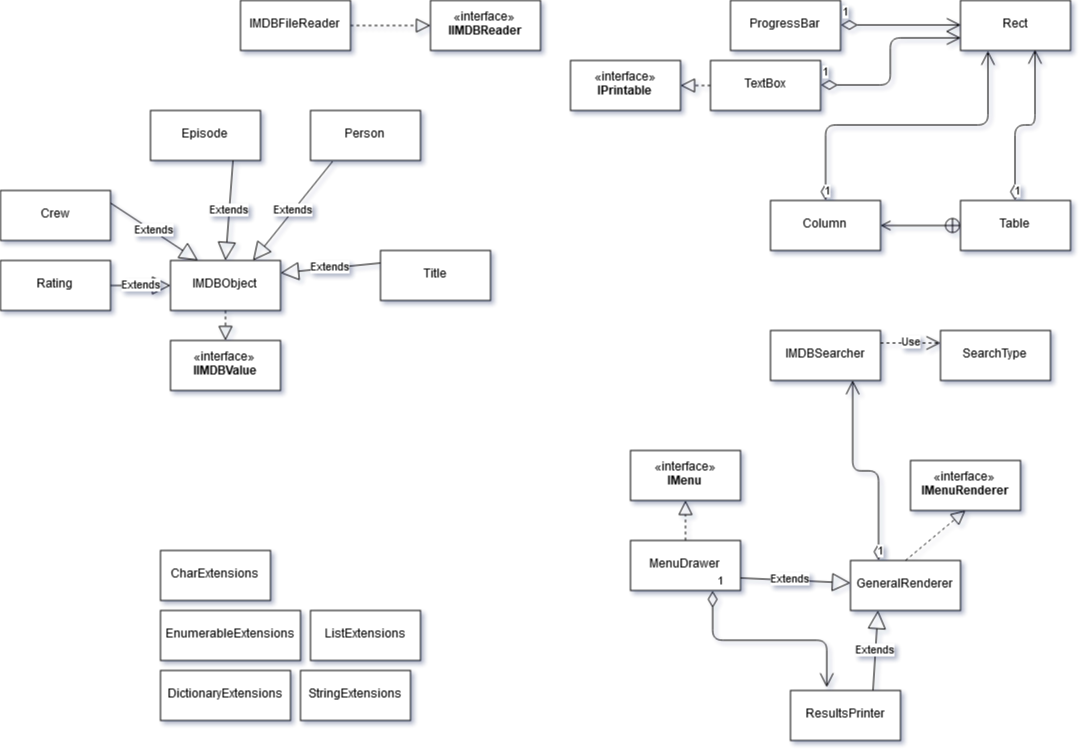
The draw.io diagram projeto1_uml.png in RafaelCS-Aula/lp2_projeto1, before a commit. Source tidied: cells renumbered, new cells last; positions are measured from the earlier drawing's top-left corner, leaving out a move shared by most shapes. Its diagram source:
```xml
<mxGraphModel background="#ffffff">
  <root>
    <mxCell id="0" />
    <mxCell id="1" parent="0" />
    <mxCell id="2" value="IMDBSearcher" style="html=1;" parent="1" vertex="1">
      <mxGeometry x="770" y="330" width="110" height="50" as="geometry" />
    </mxCell>
    <mxCell id="3" value="IMDBObject" style="html=1;" parent="1" vertex="1">
      <mxGeometry x="170" y="260" width="110" height="50" as="geometry" />
    </mxCell>
    <mxCell id="4" value="IMDBFileReader" style="html=1;" parent="1" vertex="1">
      <mxGeometry x="240" width="110" height="50" as="geometry" />
    </mxCell>
    <mxCell id="5" value="Crew" style="html=1;" parent="1" vertex="1">
      <mxGeometry y="190" width="110" height="50" as="geometry" />
    </mxCell>
    <mxCell id="6" value="Episode" style="html=1;" parent="1" vertex="1">
      <mxGeometry x="150" y="110" width="110" height="50" as="geometry" />
    </mxCell>
    <mxCell id="7" value="Person" style="html=1;" parent="1" vertex="1">
      <mxGeometry x="310" y="110" width="110" height="50" as="geometry" />
    </mxCell>
    <mxCell id="8" value="Rating" style="html=1;" parent="1" vertex="1">
      <mxGeometry y="260" width="110" height="50" as="geometry" />
    </mxCell>
    <mxCell id="9" value="Title" style="html=1;" parent="1" vertex="1">
      <mxGeometry x="380" y="250" width="110" height="50" as="geometry" />
    </mxCell>
    <mxCell id="10" value="SearchType" style="html=1;" parent="1" vertex="1">
      <mxGeometry x="940" y="330" width="110" height="50" as="geometry" />
    </mxCell>
    <mxCell id="11" value="CharExtensions" style="html=1;" parent="1" vertex="1">
      <mxGeometry x="160" y="550" width="110" height="50" as="geometry" />
    </mxCell>
    <mxCell id="12" value="DictionaryExtensions" style="html=1;" parent="1" vertex="1">
      <mxGeometry x="160" y="670" width="130" height="50" as="geometry" />
    </mxCell>
    <mxCell id="13" value="EnumerableExtensions" style="html=1;" parent="1" vertex="1">
      <mxGeometry x="160" y="610" width="140" height="50" as="geometry" />
    </mxCell>
    <mxCell id="14" value="ListExtensions" style="html=1;" parent="1" vertex="1">
      <mxGeometry x="310" y="610" width="110" height="50" as="geometry" />
    </mxCell>
    <mxCell id="15" value="StringExtensions" style="html=1;" parent="1" vertex="1">
      <mxGeometry x="300" y="670" width="110" height="50" as="geometry" />
    </mxCell>
    <mxCell id="16" value="«interface»&lt;br&gt;&lt;b&gt;IIMDBValue&lt;/b&gt;" style="html=1;" parent="1" vertex="1">
      <mxGeometry x="170" y="340" width="110" height="50" as="geometry" />
    </mxCell>
    <mxCell id="17" value="«interface»&lt;br&gt;&lt;b&gt;IIMDBReader&lt;/b&gt;" style="html=1;" parent="1" vertex="1">
      <mxGeometry x="430" width="110" height="50" as="geometry" />
    </mxCell>
    <mxCell id="18" value="«interface»&lt;br&gt;&lt;b&gt;IMenu&lt;/b&gt;" style="html=1;" parent="1" vertex="1">
      <mxGeometry x="630" y="450" width="110" height="50" as="geometry" />
    </mxCell>
    <mxCell id="19" value="«interface»&lt;br&gt;&lt;b&gt;IPrintable&lt;/b&gt;" style="html=1;" parent="1" vertex="1">
      <mxGeometry x="570" y="60" width="110" height="50" as="geometry" />
    </mxCell>
    <mxCell id="20" value="«interface»&lt;br&gt;&lt;b&gt;IMenuRenderer&lt;/b&gt;" style="html=1;" parent="1" vertex="1">
      <mxGeometry x="910" y="460" width="110" height="50" as="geometry" />
    </mxCell>
    <mxCell id="21" value="GeneralRenderer" style="html=1;" parent="1" vertex="1">
      <mxGeometry x="850" y="560" width="110" height="50" as="geometry" />
    </mxCell>
    <mxCell id="22" value="MenuDrawer" style="html=1;" parent="1" vertex="1">
      <mxGeometry x="630" y="540" width="110" height="50" as="geometry" />
    </mxCell>
    <mxCell id="23" value="ProgressBar" style="html=1;" parent="1" vertex="1">
      <mxGeometry x="730" width="110" height="50" as="geometry" />
    </mxCell>
    <mxCell id="24" value="Rect" style="html=1;" parent="1" vertex="1">
      <mxGeometry x="960" width="110" height="50" as="geometry" />
    </mxCell>
    <mxCell id="25" value="ResultsPrinter" style="html=1;" parent="1" vertex="1">
      <mxGeometry x="790" y="690" width="110" height="50" as="geometry" />
    </mxCell>
    <mxCell id="26" value="Table" style="html=1;" parent="1" vertex="1">
      <mxGeometry x="960" y="200" width="110" height="50" as="geometry" />
    </mxCell>
    <mxCell id="27" value="TextBox" style="html=1;" parent="1" vertex="1">
      <mxGeometry x="710" y="60" width="110" height="50" as="geometry" />
    </mxCell>
    <mxCell id="28" style="endArrow=block;dashed=1;endFill=0;endSize=12;html=1;exitX=0.5;exitY=0;exitDx=0;exitDy=0;entryX=0.5;entryY=1;entryDx=0;entryDy=0;" parent="1" edge="1" source="21" target="20">
      <mxGeometry relative="1" as="geometry" />
    </mxCell>
    <mxCell id="29" value="1" style="endArrow=open;html=1;endSize=12;startArrow=diamondThin;startSize=14;startFill=0;edgeStyle=orthogonalEdgeStyle;align=left;verticalAlign=bottom;exitX=0.25;exitY=0;exitDx=0;exitDy=0;entryX=0.75;entryY=1;entryDx=0;entryDy=0;" parent="1" edge="1" source="21" target="2">
      <mxGeometry x="-1" y="3" relative="1" as="geometry" />
    </mxCell>
    <mxCell id="30" value="Extends" style="endArrow=block;endSize=16;endFill=0;html=1;exitX=1;exitY=0.75;exitDx=0;exitDy=0;" parent="1" edge="1" source="22" target="21">
      <mxGeometry x="-0.11" relative="1" as="geometry" />
    </mxCell>
    <mxCell id="31" style="endArrow=block;dashed=1;endFill=0;endSize=12;html=1;exitX=0.5;exitY=0;exitDx=0;exitDy=0;entryX=0.5;entryY=1;entryDx=0;entryDy=0;" parent="1" edge="1" source="22" target="18">
      <mxGeometry relative="1" as="geometry" />
    </mxCell>
    <mxCell id="32" value="1" style="endArrow=open;html=1;endSize=12;startArrow=diamondThin;startSize=14;startFill=0;edgeStyle=orthogonalEdgeStyle;align=left;verticalAlign=bottom;exitX=0.75;exitY=1;exitDx=0;exitDy=0;entryX=0.327;entryY=-0.06;entryDx=0;entryDy=0;entryPerimeter=0;" parent="1" edge="1" source="22" target="25">
      <mxGeometry x="-1" y="3" relative="1" as="geometry" />
    </mxCell>
    <mxCell id="33" value="Extends" style="endArrow=block;endSize=16;endFill=0;html=1;exitX=0.75;exitY=0;exitDx=0;exitDy=0;entryX=0.25;entryY=1;entryDx=0;entryDy=0;" parent="1" edge="1" source="25" target="21">
      <mxGeometry relative="1" as="geometry" />
    </mxCell>
    <mxCell id="34" value="1" style="endArrow=open;html=1;endSize=12;startArrow=diamondThin;startSize=14;startFill=0;edgeStyle=orthogonalEdgeStyle;align=left;verticalAlign=bottom;exitX=1;exitY=0.5;exitDx=0;exitDy=0;entryX=0;entryY=0.5;entryDx=0;entryDy=0;" parent="1" edge="1" source="23" target="24">
      <mxGeometry x="-1" y="3" relative="1" as="geometry" />
    </mxCell>
    <mxCell id="35" value="&lt;div&gt;Column&lt;/div&gt;" style="html=1;" parent="1" vertex="1">
      <mxGeometry x="770" y="200" width="110" height="50" as="geometry" />
    </mxCell>
    <mxCell id="36" style="endArrow=open;startArrow=circlePlus;endFill=0;startFill=0;endSize=8;html=1;exitX=0;exitY=0.5;exitDx=0;exitDy=0;entryX=1;entryY=0.5;entryDx=0;entryDy=0;" parent="1" edge="1" source="26" target="35">
      <mxGeometry relative="1" as="geometry" />
    </mxCell>
    <mxCell id="37" value="1" style="endArrow=open;html=1;endSize=12;startArrow=diamondThin;startSize=14;startFill=0;edgeStyle=orthogonalEdgeStyle;align=left;verticalAlign=bottom;exitX=0.5;exitY=0;exitDx=0;exitDy=0;entryX=0.25;entryY=1;entryDx=0;entryDy=0;" parent="1" edge="1" source="35" target="24">
      <mxGeometry x="-1" y="3" relative="1" as="geometry" />
    </mxCell>
    <mxCell id="38" value="1" style="endArrow=open;html=1;endSize=12;startArrow=diamondThin;startSize=14;startFill=0;edgeStyle=orthogonalEdgeStyle;align=left;verticalAlign=bottom;exitX=0.5;exitY=0;exitDx=0;exitDy=0;entryX=0.673;entryY=0.98;entryDx=0;entryDy=0;entryPerimeter=0;" parent="1" edge="1" source="26" target="24">
      <mxGeometry x="-1" y="3" relative="1" as="geometry" />
    </mxCell>
    <mxCell id="39" style="endArrow=block;dashed=1;endFill=0;endSize=12;html=1;exitX=0;exitY=0.5;exitDx=0;exitDy=0;entryX=1;entryY=0.5;entryDx=0;entryDy=0;" parent="1" edge="1" source="27" target="19">
      <mxGeometry relative="1" as="geometry" />
    </mxCell>
    <mxCell id="40" value="1" style="endArrow=open;html=1;endSize=12;startArrow=diamondThin;startSize=14;startFill=0;edgeStyle=orthogonalEdgeStyle;align=left;verticalAlign=bottom;exitX=1;exitY=0.5;exitDx=0;exitDy=0;entryX=0;entryY=0.75;entryDx=0;entryDy=0;" parent="1" edge="1" source="27" target="24">
      <mxGeometry x="-1" y="3" relative="1" as="geometry" />
    </mxCell>
    <mxCell id="41" value="Extends" style="endArrow=block;endSize=16;endFill=0;html=1;exitX=0;exitY=0.25;exitDx=0;exitDy=0;entryX=1;entryY=0.25;entryDx=0;entryDy=0;" parent="1" edge="1" source="9" target="3">
      <mxGeometry relative="1" as="geometry" />
    </mxCell>
    <mxCell id="42" value="Extends" style="endArrow=block;endSize=16;endFill=0;html=1;exitX=0.2;exitY=1.02;exitDx=0;exitDy=0;entryX=0.75;entryY=0;entryDx=0;entryDy=0;exitPerimeter=0;" parent="1" edge="1" source="7" target="3">
      <mxGeometry relative="1" as="geometry" />
    </mxCell>
    <mxCell id="43" value="Extends" style="endArrow=block;endSize=16;endFill=0;html=1;exitX=0.75;exitY=1;exitDx=0;exitDy=0;entryX=0.5;entryY=0;entryDx=0;entryDy=0;" parent="1" edge="1" source="6" target="3">
      <mxGeometry relative="1" as="geometry" />
    </mxCell>
    <mxCell id="44" value="Extends" style="endArrow=block;endSize=16;endFill=0;html=1;exitX=1;exitY=0.25;exitDx=0;exitDy=0;entryX=0.25;entryY=0;entryDx=0;entryDy=0;" parent="1" edge="1" source="5" target="3">
      <mxGeometry relative="1" as="geometry" />
    </mxCell>
    <mxCell id="45" value="Extends" style="endArrow=block;endSize=16;endFill=0;html=1;exitX=1;exitY=0.5;exitDx=0;exitDy=0;entryX=0;entryY=0.5;entryDx=0;entryDy=0;" parent="1" edge="1" source="8" target="3">
      <mxGeometry relative="1" as="geometry" />
    </mxCell>
    <mxCell id="46" style="endArrow=block;dashed=1;endFill=0;endSize=12;html=1;exitX=1;exitY=0.5;exitDx=0;exitDy=0;entryX=0;entryY=0.5;entryDx=0;entryDy=0;" parent="1" edge="1" source="4" target="17">
      <mxGeometry relative="1" as="geometry" />
    </mxCell>
    <mxCell id="47" style="endArrow=block;dashed=1;endFill=0;endSize=12;html=1;exitX=0.5;exitY=1;exitDx=0;exitDy=0;entryX=0.5;entryY=0;entryDx=0;entryDy=0;" parent="1" edge="1" source="3" target="16">
      <mxGeometry relative="1" as="geometry" />
    </mxCell>
    <mxCell id="48" value="Use" style="endArrow=open;endSize=12;dashed=1;html=1;exitX=1;exitY=0.25;exitDx=0;exitDy=0;entryX=0;entryY=0.25;entryDx=0;entryDy=0;" parent="1" edge="1" source="2" target="10">
      <mxGeometry relative="1" as="geometry" />
    </mxCell>
  </root>
</mxGraphModel>
```
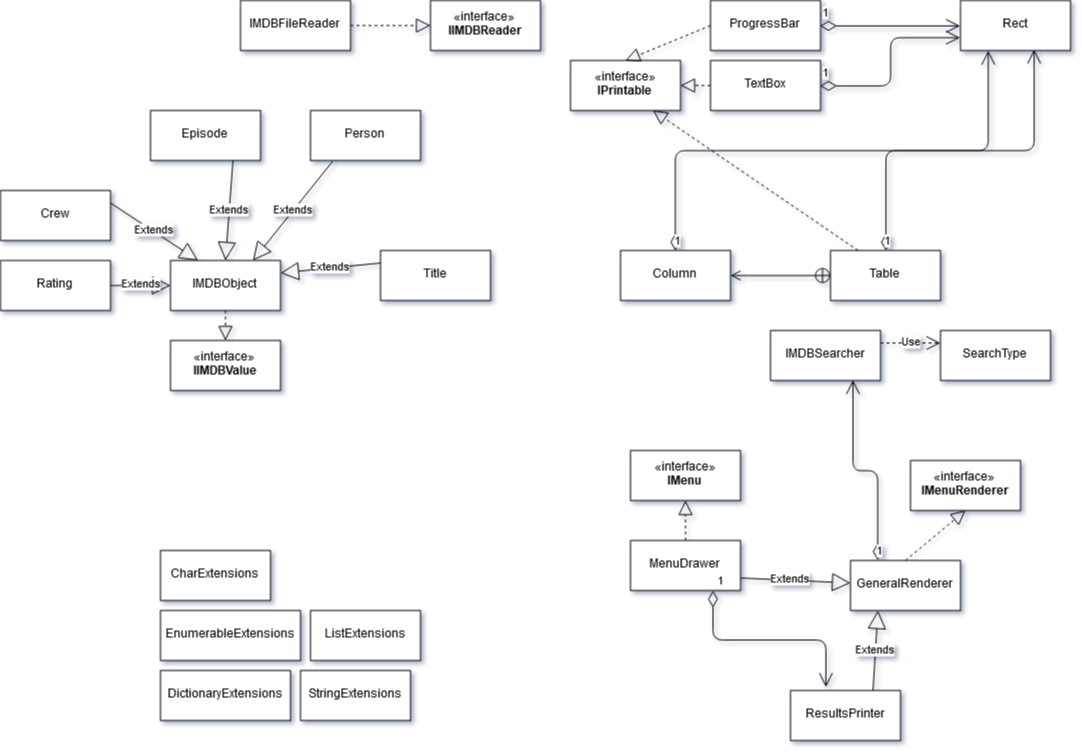
After the commit.

What changed in the source:
```diff
@@ -66,7 +66,7 @@
       <mxGeometry x="630" y="540" width="110" height="50" as="geometry" />
     </mxCell>
     <mxCell id="23" value="ProgressBar" style="html=1;" parent="1" vertex="1">
-      <mxGeometry x="730" width="110" height="50" as="geometry" />
+      <mxGeometry x="710" width="110" height="50" as="geometry" />
     </mxCell>
     <mxCell id="24" value="Rect" style="html=1;" parent="1" vertex="1">
       <mxGeometry x="960" width="110" height="50" as="geometry" />
@@ -75,7 +75,7 @@
       <mxGeometry x="790" y="690" width="110" height="50" as="geometry" />
     </mxCell>
     <mxCell id="26" value="Table" style="html=1;" parent="1" vertex="1">
-      <mxGeometry x="960" y="200" width="110" height="50" as="geometry" />
+      <mxGeometry x="830" y="250" width="110" height="50" as="geometry" />
     </mxCell>
     <mxCell id="27" value="TextBox" style="html=1;" parent="1" vertex="1">
       <mxGeometry x="710" y="60" width="110" height="50" as="geometry" />
@@ -102,7 +102,7 @@
       <mxGeometry x="-1" y="3" relative="1" as="geometry" />
     </mxCell>
     <mxCell id="35" value="&lt;div&gt;Column&lt;/div&gt;" style="html=1;" parent="1" vertex="1">
-      <mxGeometry x="770" y="200" width="110" height="50" as="geometry" />
+      <mxGeometry x="620" y="250" width="110" height="50" as="geometry" />
     </mxCell>
     <mxCell id="36" style="endArrow=open;startArrow=circlePlus;endFill=0;startFill=0;endSize=8;html=1;exitX=0;exitY=0.5;exitDx=0;exitDy=0;entryX=1;entryY=0.5;entryDx=0;entryDy=0;" parent="1" edge="1" source="26" target="35">
       <mxGeometry relative="1" as="geometry" />
@@ -143,5 +143,11 @@
     <mxCell id="48" value="Use" style="endArrow=open;endSize=12;dashed=1;html=1;exitX=1;exitY=0.25;exitDx=0;exitDy=0;entryX=0;entryY=0.25;entryDx=0;entryDy=0;" parent="1" edge="1" source="2" target="10">
       <mxGeometry relative="1" as="geometry" />
     </mxCell>
+    <mxCell id="49" style="endArrow=block;dashed=1;endFill=0;endSize=12;html=1;exitX=0.25;exitY=0;exitDx=0;exitDy=0;entryX=0.75;entryY=1;entryDx=0;entryDy=0;" parent="1" edge="1" source="26" target="19">
+      <mxGeometry relative="1" as="geometry" />
+    </mxCell>
+    <mxCell id="50" style="endArrow=block;dashed=1;endFill=0;endSize=12;html=1;exitX=0;exitY=0.5;exitDx=0;exitDy=0;entryX=0.5;entryY=0;entryDx=0;entryDy=0;" parent="1" edge="1" source="23" target="19">
+      <mxGeometry relative="1" as="geometry" />
+    </mxCell>
   </root>
 </mxGraphModel>
```
